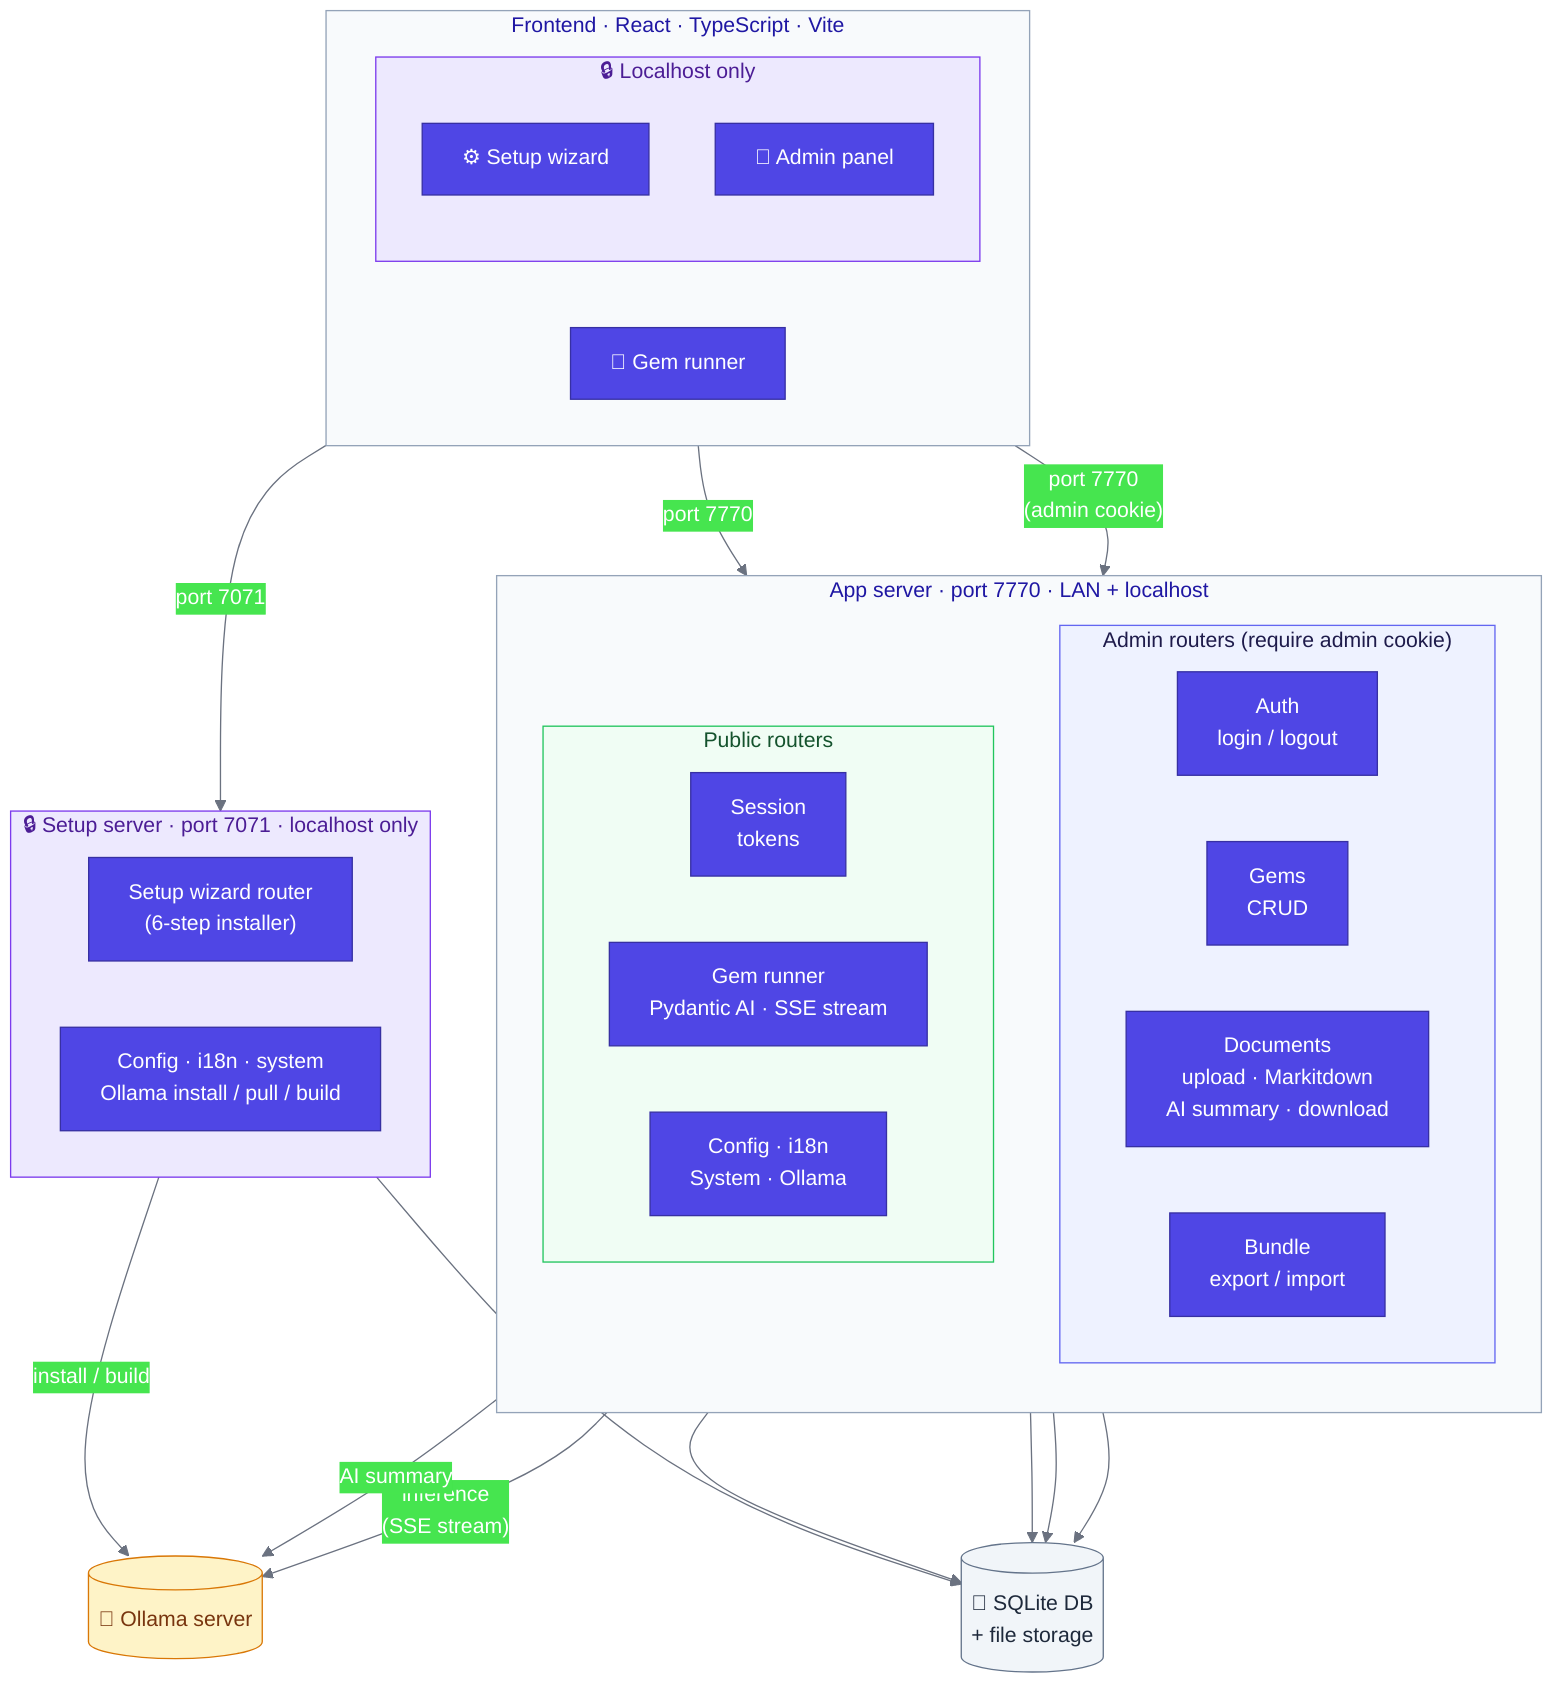
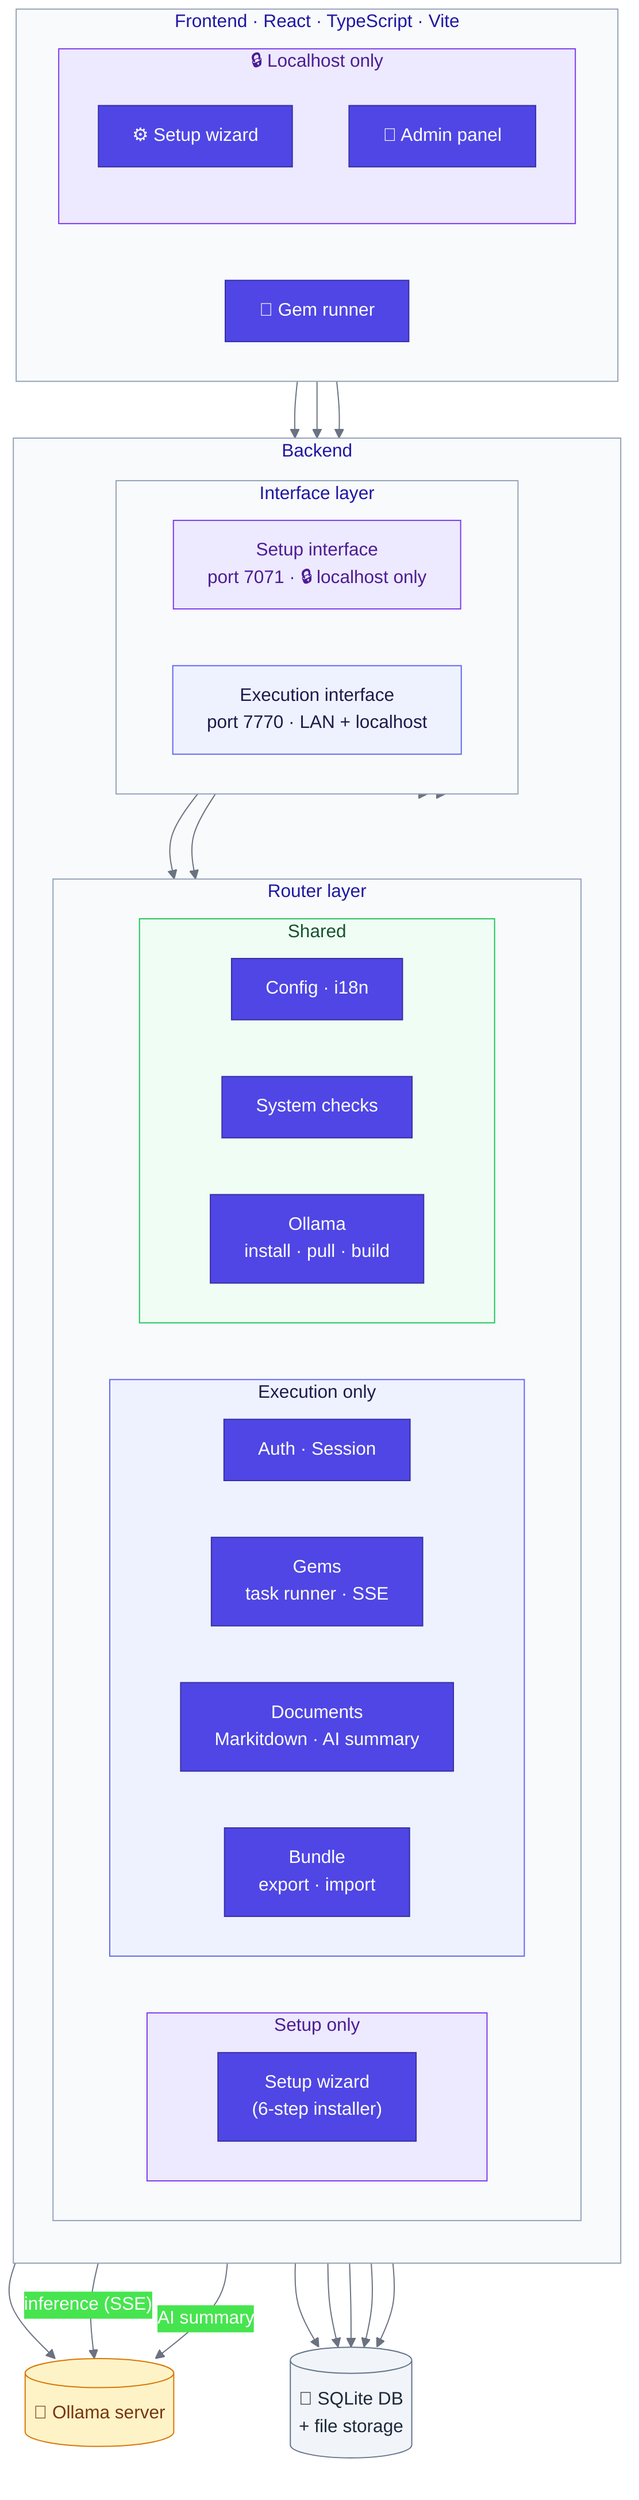
%%{init: {"theme": "base", "themeVariables": {
  "primaryColor": "#4f46e5",
  "primaryTextColor": "#ffffff",
  "primaryBorderColor": "#3730a3",
  "lineColor": "#6b7280",
  "clusterBkg": "#f8fafc",
  "clusterBorder": "#94a3b8"
}}}%%
graph TB

  %% ── Frontend ──────────────────────────────────────────────────────────
  subgraph frontend["Frontend  ·  React · TypeScript · Vite"]
    direction LR

    subgraph local_fe["🔒  Localhost only"]
      direction TB
      setup_page["⚙️ Setup wizard"]
      admin_page["🔧 Admin panel"]
    end

    user_page["💎 Gem runner"]
  end

  style local_fe fill:#ede9fe,stroke:#7c3aed,color:#4c1d95

-   %% ── Backend — Setup server ────────────────────────────────────────────
-   subgraph setup_srv["🔒  Setup server  ·  port 7071  ·  localhost only"]
-     direction LR
-     ss_wizard["Setup wizard router<br/>(6-step installer)"]
-     ss_shared["Config · i18n · system<br/>Ollama install / pull / build"]
+   %% ── Backend ───────────────────────────────────────────────────────────
+   subgraph backend["Backend"]
+     direction TB
+ 
+     %% Interface layer
+     subgraph ifaces["Interface layer"]
+       direction LR
+       setup_iface["Setup interface<br/>port 7071 · 🔒 localhost only"]
+       exec_iface["Execution interface<br/>port 7770 · LAN + localhost"]
+     end
+ 
+     style setup_iface fill:#ede9fe,stroke:#7c3aed,color:#4c1d95
+     style exec_iface  fill:#eef2ff,stroke:#6366f1,color:#1e1b4b
+ 
+     %% Router layer
+     subgraph routers["Router layer"]
+       direction LR
+ 
+       subgraph r_setup_only["Setup only"]
+         r_setup["Setup wizard<br/>(6-step installer)"]
+       end
+ 
+       subgraph r_exec_only["Execution only"]
+         direction LR
+         r_auth["Auth · Session"]
+         r_gems["Gems<br/>task runner · SSE"]
+         r_docs["Documents<br/>Markitdown · AI summary"]
+         r_bundle["Bundle<br/>export · import"]
+       end
+ 
+       subgraph r_shared["Shared"]
+         direction LR
+         r_config["Config · i18n"]
+         r_system["System checks"]
+         r_ollama_r["Ollama<br/>install · pull · build"]
+       end
+     end
+ 
+     style r_setup_only fill:#ede9fe,stroke:#7c3aed,color:#4c1d95
+     style r_exec_only  fill:#eef2ff,stroke:#6366f1,color:#1e1b4b
+     style r_shared     fill:#f0fdf4,stroke:#22c55e,color:#14532d
+ 
+     %% Interface → router connections
+     setup_iface --> r_setup_only
+     setup_iface --> r_shared
+ 
+     exec_iface --> r_exec_only
+     exec_iface --> r_shared
  end

-   style setup_srv fill:#ede9fe,stroke:#7c3aed,color:#4c1d95
- 
-   %% ── Backend — App server ──────────────────────────────────────────────
-   subgraph app_srv["App server  ·  port 7770  ·  LAN + localhost"]
-     direction TB
- 
-     subgraph admin_r["Admin routers  (require admin cookie)"]
-       direction LR
-       a_auth["Auth<br/>login / logout"]
-       a_gems["Gems<br/>CRUD"]
-       a_docs["Documents<br/>upload · Markitdown<br/>AI summary · download"]
-       a_bundle["Bundle<br/>export / import"]
-     end
- 
-     subgraph public_r["Public routers"]
-       direction LR
-       p_session["Session<br/>tokens"]
-       p_runner["Gem runner<br/>Pydantic AI · SSE stream"]
-       p_config["Config · i18n<br/>System · Ollama"]
-     end
-   end
- 
-   style admin_r fill:#eef2ff,stroke:#6366f1,color:#1e1b4b
-   style public_r fill:#f0fdf4,stroke:#22c55e,color:#14532d
- 
  %% ── External resources ────────────────────────────────────────────────
-   ollama[("🤖 Ollama server")]
+   ollama_srv[("🤖 Ollama server")]
  storage[("💾 SQLite DB<br/>+ file storage")]

-   style ollama fill:#fef3c7,stroke:#d97706,color:#78350f
-   style storage fill:#f1f5f9,stroke:#64748b,color:#1e293b
+   style ollama_srv fill:#fef3c7,stroke:#d97706,color:#78350f
+   style storage    fill:#f1f5f9,stroke:#64748b,color:#1e293b

-   %% ── Frontend → Backend connections ───────────────────────────────────
-   setup_page -- "port 7071" --> setup_srv
-   admin_page -- "port 7770<br/>(admin cookie)" --> admin_r
-   user_page  -- "port 7770" --> public_r
+   %% ── Frontend → backend ────────────────────────────────────────────────
+   setup_page --> setup_iface
+   admin_page --> exec_iface
+   user_page  --> exec_iface

-   %% ── Backend → External connections ───────────────────────────────────
-   ss_shared  -- "install / build" --> ollama
-   p_runner   -- "inference<br/>(SSE stream)" --> ollama
-   a_docs     -- "AI summary" --> ollama
+   %% ── Routers → external resources ──────────────────────────────────────
+   r_ollama_r --> ollama_srv
+   r_gems     -- "inference (SSE)" --> ollama_srv
+   r_docs     -- "AI summary" --> ollama_srv

-   ss_shared  --> storage
-   a_gems     --> storage
-   a_docs     --> storage
-   a_bundle   --> storage
-   p_session  --> storage
+   r_auth   --> storage
+   r_gems   --> storage
+   r_docs   --> storage
+   r_bundle --> storage
+   r_config --> storage
